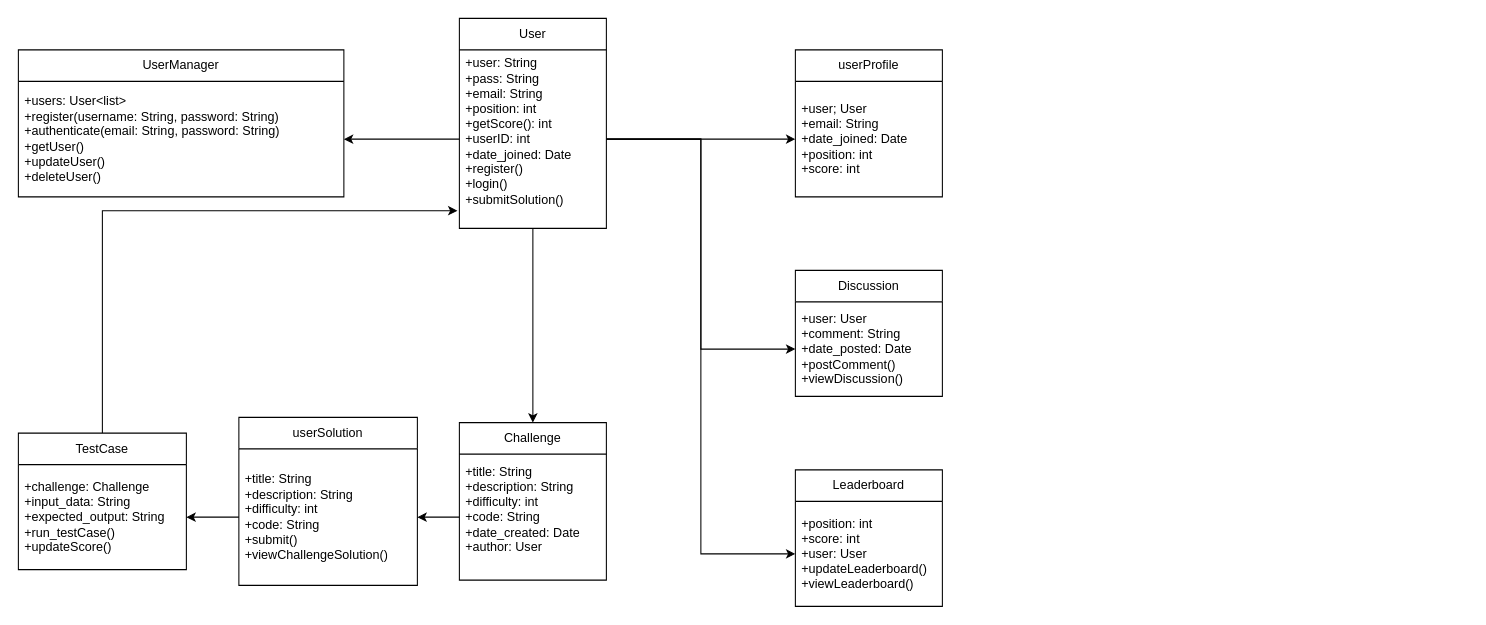
The draw.io diagram class-diagram.drawio in rayesalnasra/code-golf, before the edit. Source tidied: cells renumbered, new cells numbered last; positions are measured from the earlier drawing's top-left corner, leaving out a move shared by most shapes. Both pictures are drawn from the tidied source at 105%, with x=0, y=0 at pixel (18, 18).
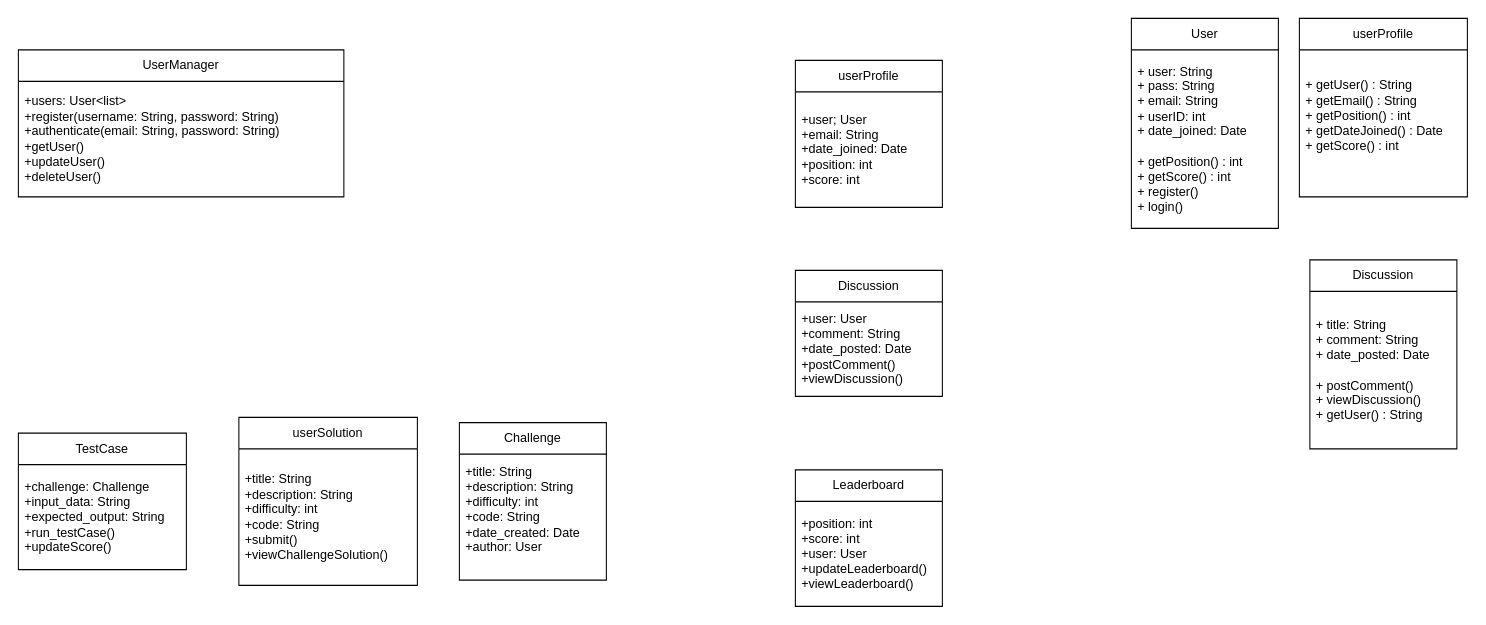
After the change.

The change refers to these unchanged cells:
```xml
<mxCell id="3" value="+users: User&amp;lt;list&amp;gt;&lt;div&gt;+register(username: String, password: String)&lt;/div&gt;&lt;div&gt;+authenticate(email: String, password: String)&lt;/div&gt;&lt;div&gt;+getUser()&lt;/div&gt;&lt;div&gt;+updateUser()&lt;/div&gt;&lt;div&gt;+deleteUser()&lt;/div&gt;" style="text;strokeColor=none;fillColor=none;align=left;verticalAlign=middle;spacingLeft=4;spacingRight=4;overflow=hidden;points=[[0,0.5],[1,0.5]];portConstraint=eastwest;whiteSpace=wrap;html=1;" parent="2" vertex="1">
  <mxGeometry y="30" width="310" height="110" as="geometry" />
</mxCell>
<mxCell id="8" value="+position: int&lt;div&gt;+score: int&lt;/div&gt;&lt;div&gt;+user: User&lt;/div&gt;&lt;div&gt;+updateLeaderboard()&lt;/div&gt;&lt;div&gt;+viewLeaderboard()&lt;/div&gt;" style="text;strokeColor=none;fillColor=none;align=left;verticalAlign=middle;spacingLeft=4;spacingRight=4;overflow=hidden;points=[[0,0.5],[1,0.5]];portConstraint=eastwest;whiteSpace=wrap;html=1;" parent="7" vertex="1">
  <mxGeometry y="30" width="140" height="100" as="geometry" />
</mxCell>
<mxCell id="9" value="Challenge" style="swimlane;fontStyle=0;horizontal=1;startSize=30;whiteSpace=wrap;html=1;" parent="1" vertex="1">
  <mxGeometry x="420" y="385" width="140" height="150" as="geometry" />
</mxCell>
<mxCell id="10" value="+title: String&lt;div&gt;+description: String&lt;/div&gt;&lt;div&gt;+difficulty: int&lt;/div&gt;&lt;div&gt;+code: String&lt;/div&gt;&lt;div&gt;+date_created: Date&lt;/div&gt;&lt;div&gt;+author: User&lt;/div&gt;&lt;div&gt;&lt;br&gt;&lt;/div&gt;" style="text;strokeColor=none;fillColor=none;align=left;verticalAlign=middle;spacingLeft=4;spacingRight=4;overflow=hidden;points=[[0,0.5],[1,0.5]];portConstraint=eastwest;whiteSpace=wrap;html=1;" parent="9" vertex="1">
  <mxGeometry y="30" width="140" height="120" as="geometry" />
</mxCell>
<mxCell id="12" value="+title: String&lt;div&gt;+description: String&lt;/div&gt;&lt;div&gt;+difficulty: int&lt;/div&gt;&lt;div&gt;+code: String&lt;/div&gt;&lt;div&gt;+submit()&lt;/div&gt;&lt;div&gt;+viewChallengeSolution()&lt;/div&gt;" style="text;strokeColor=none;fillColor=none;align=left;verticalAlign=middle;spacingLeft=4;spacingRight=4;overflow=hidden;points=[[0,0.5],[1,0.5]];portConstraint=eastwest;whiteSpace=wrap;html=1;" parent="11" vertex="1">
  <mxGeometry y="30" width="170" height="130" as="geometry" />
</mxCell>
<mxCell id="13" value="TestCase" style="swimlane;fontStyle=0;horizontal=1;startSize=30;whiteSpace=wrap;html=1;" parent="1" vertex="1">
  <mxGeometry y="395" width="160" height="130" as="geometry" />
</mxCell>
<mxCell id="14" value="+challenge: Challenge&lt;div&gt;+input_data: String&lt;/div&gt;&lt;div&gt;+expected_output: String&amp;nbsp;&lt;/div&gt;&lt;div&gt;+run_testCase()&lt;/div&gt;&lt;div&gt;+updateScore()&lt;/div&gt;" style="text;strokeColor=none;fillColor=none;align=left;verticalAlign=middle;spacingLeft=4;spacingRight=4;overflow=hidden;points=[[0,0.5],[1,0.5]];portConstraint=eastwest;whiteSpace=wrap;html=1;" parent="13" vertex="1">
  <mxGeometry y="30" width="160" height="100" as="geometry" />
</mxCell>
<mxCell id="16" value="+user: User&lt;div&gt;+comment: String&lt;/div&gt;&lt;div&gt;+date_posted: Date&lt;/div&gt;&lt;div&gt;+postComment()&lt;/div&gt;&lt;div&gt;+viewDiscussion()&lt;/div&gt;" style="text;strokeColor=none;fillColor=none;align=left;verticalAlign=middle;spacingLeft=4;spacingRight=4;overflow=hidden;points=[[0,0.5],[1,0.5]];portConstraint=eastwest;whiteSpace=wrap;html=1;" parent="15" vertex="1">
  <mxGeometry y="30" width="140" height="90" as="geometry" />
</mxCell>
<mxCell id="19" value="+user; User&lt;div&gt;+email: String&lt;/div&gt;&lt;div&gt;+date_joined: Date&lt;/div&gt;&lt;div&gt;+position: int&lt;/div&gt;&lt;div&gt;+score: int&lt;/div&gt;" style="text;strokeColor=none;fillColor=none;align=left;verticalAlign=middle;spacingLeft=4;spacingRight=4;overflow=hidden;points=[[0,0.5],[1,0.5]];portConstraint=eastwest;whiteSpace=wrap;html=1;" parent="18" vertex="1">
  <mxGeometry y="30" width="140" height="110" as="geometry" />
</mxCell>
```

The edit, as a diff of the source:
```diff
@@
-    <mxCell id="4" style="edgeStyle=orthogonalEdgeStyle;rounded=0;jettySize=auto;html=1;entryX=0.5;entryY=0;entryDx=0;entryDy=0;" parent="1" edge="1" source="5" target="9">
-      <mxGeometry relative="1" as="geometry" />
-    </mxCell>
-    <mxCell id="5" value="User" style="swimlane;fontStyle=0;horizontal=1;startSize=30;whiteSpace=wrap;html=1;" parent="1" vertex="1">
-      <mxGeometry x="420" width="140" height="200" as="geometry" />
-    </mxCell>
-    <mxCell id="6" value="&lt;div&gt;+user: String&lt;/div&gt;&lt;div&gt;+pass: String&lt;/div&gt;&lt;div&gt;+email: String&lt;/div&gt;+position: int&lt;div&gt;+getScore(): int&lt;br&gt;&lt;div&gt;+userID: int&lt;/div&gt;&lt;div&gt;+date_joined: Date&lt;/div&gt;&lt;div&gt;+register()&lt;/div&gt;&lt;div&gt;+login()&lt;/div&gt;&lt;div&gt;+submitSolution()&lt;br&gt;&lt;/div&gt;&lt;/div&gt;&lt;div&gt;&lt;br&gt;&lt;/div&gt;" style="text;strokeColor=none;fillColor=none;align=left;verticalAlign=middle;spacingLeft=4;spacingRight=4;overflow=hidden;points=[[0,0.5],[1,0.5]];portConstraint=eastwest;whiteSpace=wrap;html=1;" parent="5" vertex="1">
-      <mxGeometry y="30" width="140" height="170" as="geometry" />
-    </mxCell>
@@
-    <mxCell id="17" style="edgeStyle=orthogonalEdgeStyle;rounded=0;jettySize=auto;html=1;exitX=0;exitY=0.5;exitDx=0;exitDy=0;entryX=1;entryY=0.5;entryDx=0;entryDy=0;" parent="1" edge="1" source="6" target="3">
-      <mxGeometry relative="1" as="geometry" />
-    </mxCell>
     <mxCell id="18" value="userProfile" style="swimlane;fontStyle=0;horizontal=1;startSize=30;whiteSpace=wrap;html=1;" parent="1" vertex="1">
-      <mxGeometry x="740" y="30" width="140" height="140" as="geometry" />
+      <mxGeometry x="740" y="40" width="140" height="140" as="geometry" />
     </mxCell>
@@
-    <mxCell id="20" style="edgeStyle=orthogonalEdgeStyle;rounded=0;jettySize=auto;html=1;exitX=1;exitY=0.5;exitDx=0;exitDy=0;entryX=0;entryY=0.5;entryDx=0;entryDy=0;" parent="1" edge="1" source="6" target="19">
-      <mxGeometry relative="1" as="geometry" />
-    </mxCell>
-    <mxCell id="21" style="edgeStyle=orthogonalEdgeStyle;rounded=0;jettySize=auto;html=1;exitX=1;exitY=0.5;exitDx=0;exitDy=0;" parent="1" edge="1" source="6" target="16">
-      <mxGeometry relative="1" as="geometry" />
-    </mxCell>
-    <mxCell id="22" style="edgeStyle=orthogonalEdgeStyle;rounded=0;jettySize=auto;html=1;exitX=1;exitY=0.5;exitDx=0;exitDy=0;entryX=0;entryY=0.5;entryDx=0;entryDy=0;" parent="1" edge="1" source="6" target="8">
-      <mxGeometry relative="1" as="geometry" />
-    </mxCell>
-    <mxCell id="23" style="edgeStyle=orthogonalEdgeStyle;rounded=0;jettySize=auto;html=1;exitX=0.5;exitY=0;exitDx=0;exitDy=0;entryX=-0.013;entryY=0.901;entryDx=0;entryDy=0;entryPerimeter=0;" parent="1" edge="1" source="13" target="6">
-      <mxGeometry relative="1" as="geometry" />
-    </mxCell>
-    <mxCell id="24" style="edgeStyle=orthogonalEdgeStyle;rounded=0;jettySize=auto;html=1;exitX=0;exitY=0.5;exitDx=0;exitDy=0;entryX=1;entryY=0.5;entryDx=0;entryDy=0;" parent="1" edge="1" source="10" target="12">
-      <mxGeometry relative="1" as="geometry" />
-    </mxCell>
-    <mxCell id="25" style="edgeStyle=orthogonalEdgeStyle;rounded=0;jettySize=auto;html=1;exitX=0;exitY=0.5;exitDx=0;exitDy=0;entryX=1;entryY=0.5;entryDx=0;entryDy=0;" parent="1" edge="1" source="12" target="14">
-      <mxGeometry relative="1" as="geometry" />
-    </mxCell>
+    <mxCell id="5" value="User" style="swimlane;fontStyle=0;horizontal=1;startSize=30;whiteSpace=wrap;html=1;" parent="1" vertex="1">
+      <mxGeometry x="1060" width="140" height="200" as="geometry" />
+    </mxCell>
+    <mxCell id="26" value="+ user: String&lt;div&gt;+ pass: String&lt;/div&gt;&lt;div&gt;+ email: String&lt;/div&gt;&lt;div&gt;+ userID: int&lt;/div&gt;&lt;div&gt;+ date_joined: Date&lt;/div&gt;&lt;div&gt;&lt;br&gt;&lt;/div&gt;&lt;div&gt;+ getPosition() : int&lt;/div&gt;&lt;div&gt;+ getScore() : int&lt;/div&gt;&lt;div&gt;+ register()&lt;/div&gt;&lt;div&gt;+ login()&lt;/div&gt;" style="text;strokeColor=none;fillColor=none;align=left;verticalAlign=middle;spacingLeft=4;spacingRight=4;overflow=hidden;whiteSpace=wrap;html=1;" parent="5" vertex="1">
+      <mxGeometry y="30" width="140" height="170" as="geometry" />
+    </mxCell>
+    <mxCell id="27" value="userProfile" style="swimlane;fontStyle=0;horizontal=1;startSize=30;whiteSpace=wrap;html=1;" parent="1" vertex="1">
+      <mxGeometry x="1220" width="160" height="170" as="geometry" />
+    </mxCell>
+    <mxCell id="28" value="+ getUser() : String&lt;div&gt;+ getEmail() : String&lt;/div&gt;&lt;div&gt;+ getPosition() : int&lt;/div&gt;&lt;div&gt;+ getDateJoined() : Date&lt;/div&gt;&lt;div&gt;+ getScore() : int&lt;br&gt;&lt;div&gt;&lt;br&gt;&lt;/div&gt;&lt;/div&gt;" style="text;strokeColor=none;fillColor=none;align=left;verticalAlign=middle;spacingLeft=4;spacingRight=4;overflow=hidden;whiteSpace=wrap;html=1;" parent="27" vertex="1">
+      <mxGeometry y="30" width="160" height="140" as="geometry" />
+    </mxCell>
+    <mxCell id="29" value="Discussion" style="swimlane;fontStyle=0;horizontal=1;startSize=30;whiteSpace=wrap;html=1;" parent="1" vertex="1">
+      <mxGeometry x="1230" y="230" width="140" height="180" as="geometry" />
+    </mxCell>
+    <mxCell id="30" value="+ title: String&lt;div&gt;+ comment: String&lt;/div&gt;&lt;div&gt;+ date_posted: Date&lt;/div&gt;&lt;div&gt;&lt;br&gt;&lt;/div&gt;&lt;div&gt;+ postComment()&lt;/div&gt;&lt;div&gt;+ viewDiscussion()&lt;/div&gt;&lt;div&gt;+ getUser() : String&lt;/div&gt;" style="text;strokeColor=none;fillColor=none;align=left;verticalAlign=middle;spacingLeft=4;spacingRight=4;overflow=hidden;whiteSpace=wrap;html=1;" parent="29" vertex="1">
+      <mxGeometry y="30" width="140" height="150" as="geometry" />
+    </mxCell>
```
